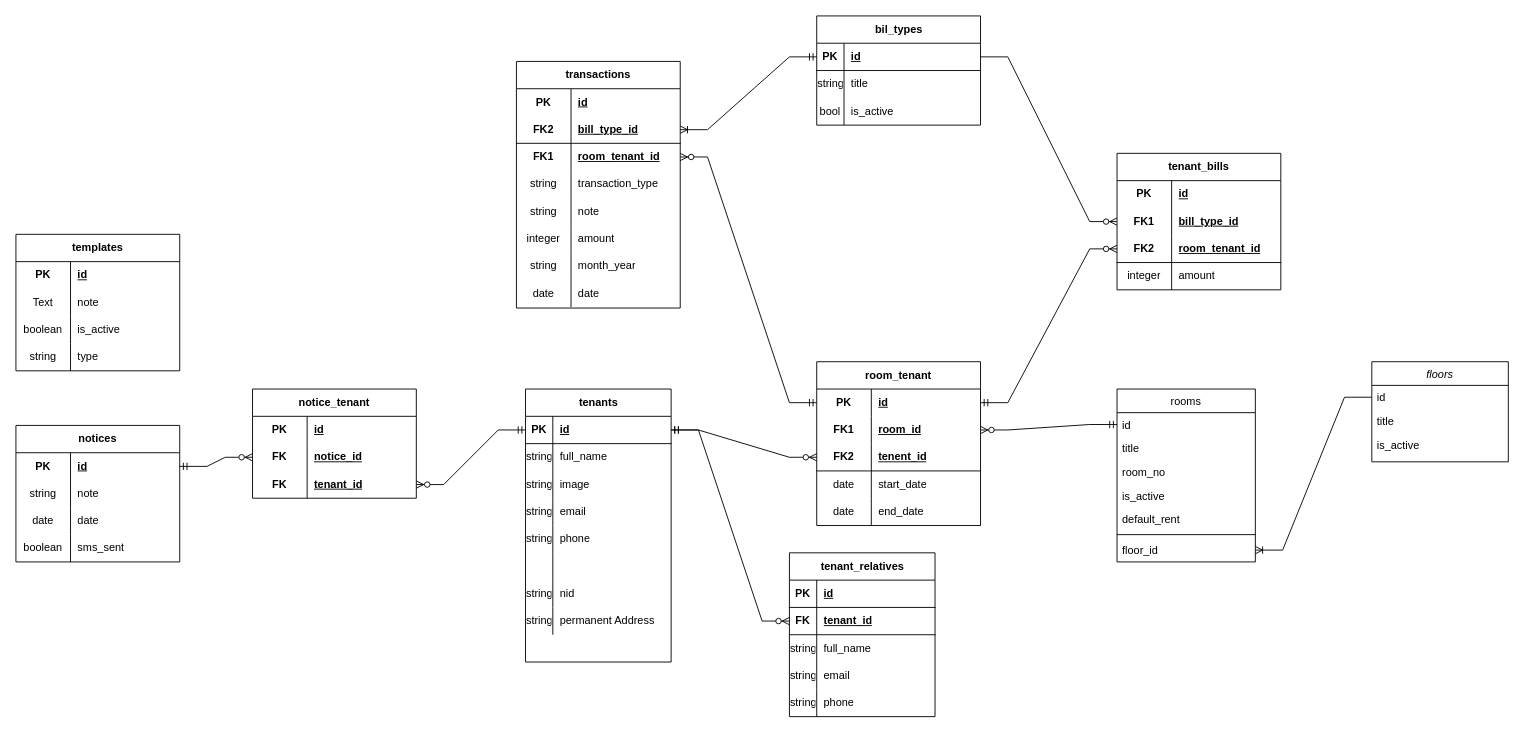
grim-firefly/storage keeps this draw.io diagram as Untitled Diagram.drawio. Above is the earlier version. Source tidied: cells renumbered, new cells numbered last; positions are measured from the earlier drawing's top-left corner, leaving out a move shared by most shapes. Both pictures are drawn from the tidied source at 91%, with x=0, y=0 at pixel (15, 15).
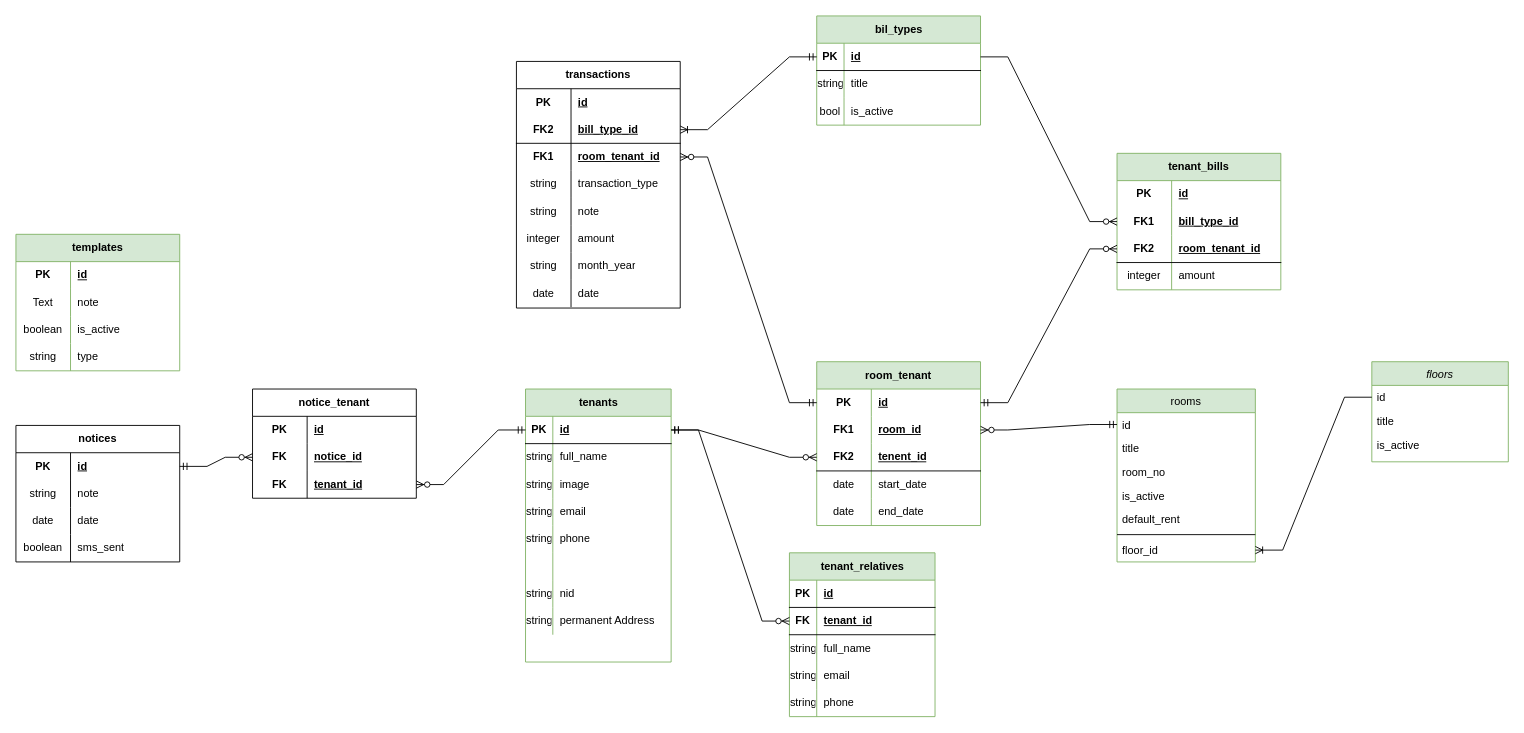
Above is the later version.

Change to the diagram source:
```diff
@@
-    <mxCell id="2" value="floors" style="swimlane;fontStyle=2;align=center;verticalAlign=top;horizontal=1;startSize=26;rounded=0;shadow=0;strokeWidth=1;" parent="1" vertex="1">
+    <mxCell id="2" value="floors" style="swimlane;fontStyle=2;align=center;verticalAlign=top;horizontal=1;startSize=26;rounded=0;shadow=0;strokeWidth=1;fillColor=#d5e8d4;strokeColor=#82b366;" parent="1" vertex="1">
       <mxGeometry x="1490" y="380" width="150" height="110" as="geometry" />
     </mxCell>
@@
-    <mxCell id="6" value="rooms" style="swimlane;fontStyle=0;align=center;verticalAlign=top;horizontal=1;startSize=26;rounded=0;shadow=0;strokeWidth=1;" parent="1" vertex="1">
+    <mxCell id="6" value="rooms" style="swimlane;fontStyle=0;align=center;verticalAlign=top;horizontal=1;startSize=26;rounded=0;shadow=0;strokeWidth=1;fillColor=#d5e8d4;strokeColor=#82b366;" parent="1" vertex="1">
       <mxGeometry x="1210" y="410" width="152" height="190" as="geometry" />
     </mxCell>
@@
-    <mxCell id="14" value="bil_types" style="shape=table;startSize=30;childLayout=tableLayout;rowLines=0;fontStyle=1;align=center;html=1;" parent="1" vertex="1">
+    <mxCell id="14" value="bil_types" style="shape=table;startSize=30;childLayout=tableLayout;rowLines=0;fontStyle=1;align=center;html=1;fillColor=#d5e8d4;strokeColor=#82b366;" parent="1" vertex="1">
       <mxGeometry x="880" width="180" height="120" as="geometry" />
     </mxCell>
@@
-    <mxCell id="25" value="tenants" style="shape=table;startSize=30;childLayout=tableLayout;rowLines=0;fontStyle=1;align=center;html=1;" parent="1" vertex="1">
+    <mxCell id="25" value="tenants" style="shape=table;startSize=30;childLayout=tableLayout;rowLines=0;fontStyle=1;align=center;html=1;fillColor=#d5e8d4;strokeColor=#82b366;" parent="1" vertex="1">
       <mxGeometry x="560" y="410" width="160" height="300" as="geometry" />
     </mxCell>
@@
-    <mxCell id="50" value="room_tenant" style="shape=table;startSize=30;childLayout=tableLayout;rowLines=0;fontStyle=1;align=center;html=1;whiteSpace=wrap;" parent="1" vertex="1">
+    <mxCell id="50" value="room_tenant" style="shape=table;startSize=30;childLayout=tableLayout;rowLines=0;fontStyle=1;align=center;html=1;whiteSpace=wrap;fillColor=#d5e8d4;strokeColor=#82b366;" parent="1" vertex="1">
       <mxGeometry x="880" y="380" width="180" height="180" as="geometry" />
     </mxCell>
@@
-    <mxCell id="93" value="tenant_bills" style="shape=table;startSize=30;childLayout=tableLayout;rowLines=0;fontStyle=1;align=center;html=1;whiteSpace=wrap;" parent="1" vertex="1">
+    <mxCell id="93" value="tenant_bills" style="shape=table;startSize=30;childLayout=tableLayout;rowLines=0;fontStyle=1;align=center;html=1;whiteSpace=wrap;fillColor=#d5e8d4;strokeColor=#82b366;" parent="1" vertex="1">
       <mxGeometry x="1210" y="151" width="180" height="150" as="geometry" />
     </mxCell>
@@
-    <mxCell id="135" value="templates" style="shape=table;startSize=30;childLayout=tableLayout;rowLines=0;fontStyle=1;align=center;html=1;whiteSpace=wrap;" parent="1" vertex="1">
+    <mxCell id="135" value="templates" style="shape=table;startSize=30;childLayout=tableLayout;rowLines=0;fontStyle=1;align=center;html=1;whiteSpace=wrap;fillColor=#d5e8d4;strokeColor=#82b366;" parent="1" vertex="1">
       <mxGeometry y="240" width="180" height="150" as="geometry" />
     </mxCell>
@@
-    <mxCell id="148" value="tenant_relatives" style="shape=table;startSize=30;childLayout=tableLayout;rowLines=0;fontStyle=1;align=center;html=1;" parent="1" vertex="1">
+    <mxCell id="148" value="tenant_relatives" style="shape=table;startSize=30;childLayout=tableLayout;rowLines=0;fontStyle=1;align=center;html=1;fillColor=#d5e8d4;strokeColor=#82b366;" parent="1" vertex="1">
       <mxGeometry x="850" y="590" width="160" height="180" as="geometry" />
     </mxCell>
```
